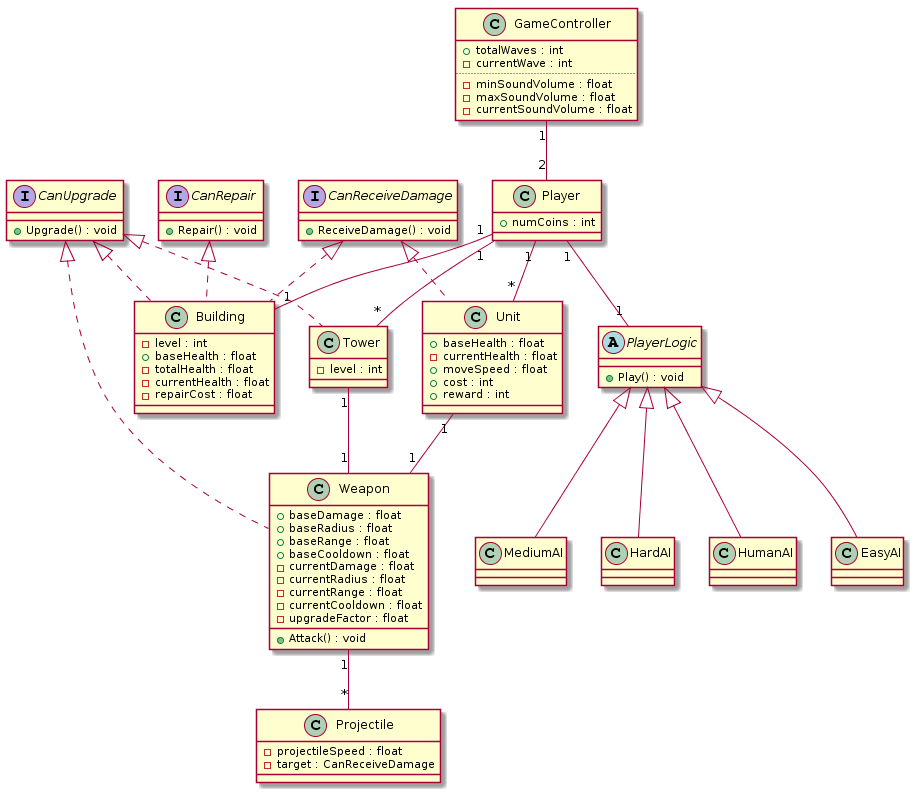
Above: uml_diagrams/classDiagram.png in NestorTejero/ES2016B (PlantUML), before the change.
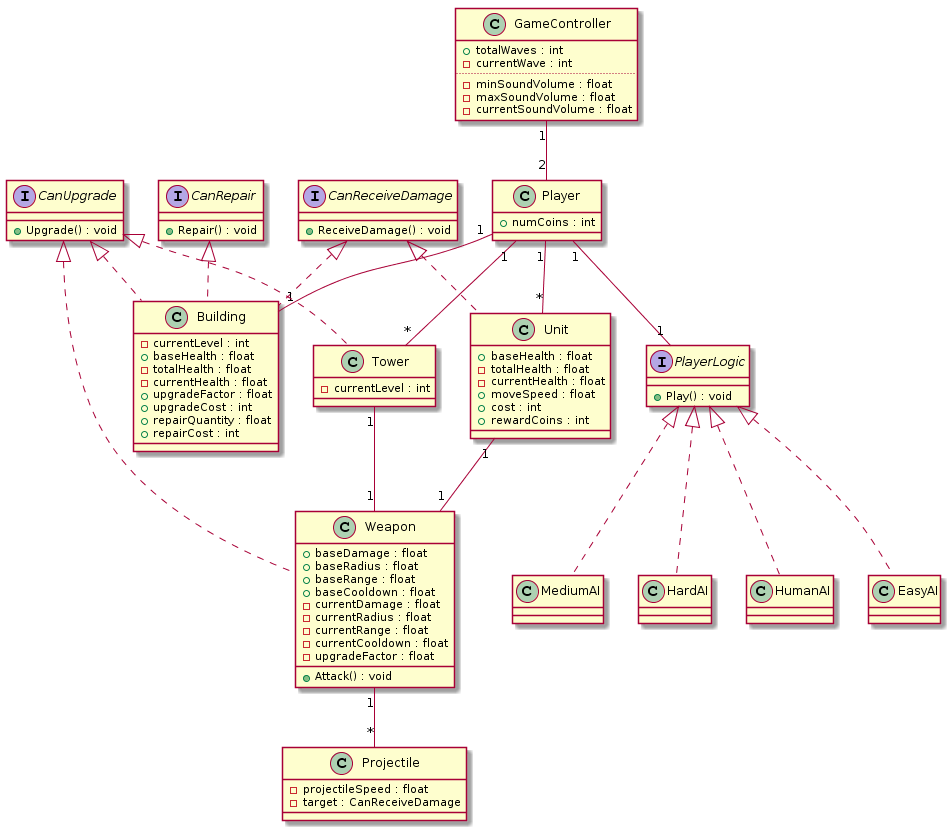
Later version of the same file.

Change to the diagram source:
```diff
@@ -9,7 +9,7 @@
     +Repair() : void
 }
 
-abstract class PlayerLogic {
+interface PlayerLogic {
     +Play() : void
 }
 
@@ -28,23 +28,24 @@
 
 GameController "1" -- "2" Player
 
-class HumanAI extends PlayerLogic {
+class HumanAI implements PlayerLogic {
 }
-class EasyAI extends PlayerLogic {
+class EasyAI implements PlayerLogic {
 }
-class MediumAI extends PlayerLogic {
+class MediumAI implements PlayerLogic {
 }
-class HardAI extends PlayerLogic {
+class HardAI implements PlayerLogic {
 }
 
 Player "1" -- "1" PlayerLogic
 
 class Unit implements CanReceiveDamage{
     +baseHealth : float
+    -totalHealth : float
     -currentHealth : float
     +moveSpeed : float
     +cost : int
-    +reward : int
+    +rewardCoins : int
 }
 
 Player "1" -- "*" Unit
@@ -73,17 +74,20 @@
 Tower "1" -- "1" Weapon
 
 class Building implements CanUpgrade, CanReceiveDamage, CanRepair {
-    -level : int
+    -currentLevel : int
     +baseHealth : float
     -totalHealth : float
     -currentHealth : float
-    -repairCost : float
+    +upgradeFactor : float
+    +upgradeCost : int
+    +repairQuantity : float
+    +repairCost : int
 }
 
 Player "1" -- "1" Building
 
 class Tower implements CanUpgrade {
-    -level : int
+    -currentLevel : int
 }
 
 Player "1" -- "*" Tower
```
